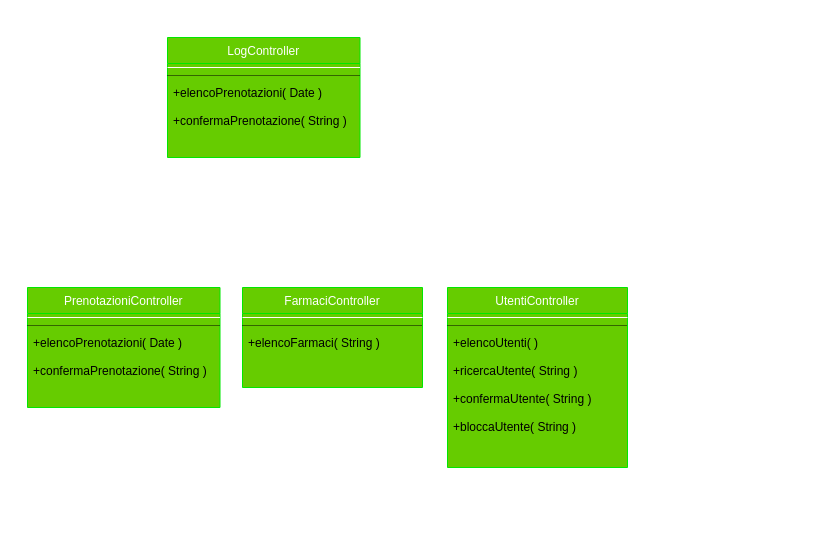
Before: page "ControllerFarmacia" (3 of 3) of drawio/DettaglioFarmacia.drawio in lnwor/farmabyte-doc, a draw.io diagram. Source tidied: cells renumbered, new cells numbered last; positions are measured from the earlier drawing's top-left corner, leaving out a move shared by most shapes. Both pictures are drawn from the tidied source at 100%, with x=0, y=0 at pixel (27, 37).
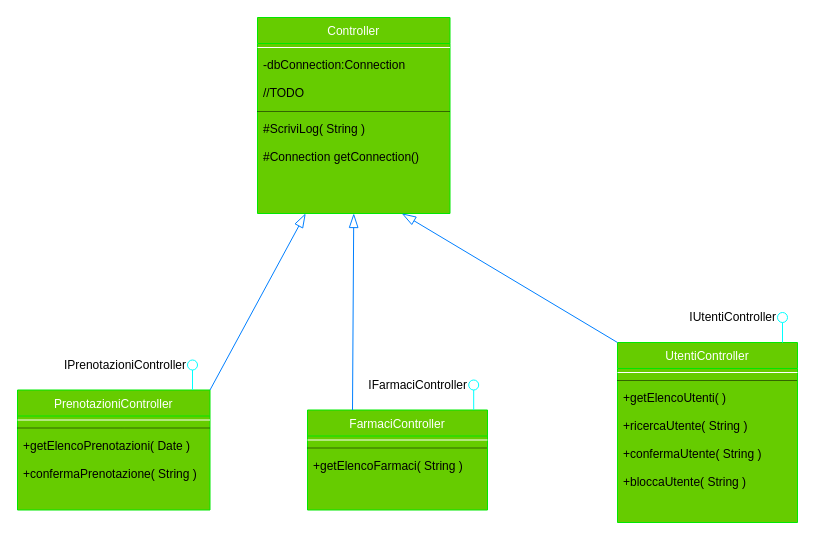
The same page after the edit.

What changed in the source:
```diff
@@
     <mxCell id="2" value="FarmaciController" style="swimlane;fontStyle=0;align=center;verticalAlign=top;horizontal=1;startSize=26;rounded=0;shadow=0;strokeWidth=1;fontColor=#ffffff;swimlaneFillColor=#66CC00;strokeColor=#00E800;fillColor=#66CC00;" parent="1" vertex="1">
-      <mxGeometry x="215" y="250" width="180" height="100" as="geometry" />
+      <mxGeometry x="280" y="372.5" width="180" height="100" as="geometry" />
     </mxCell>
@@
-    <mxCell id="5" value="+elencoFarmaci( String )" style="text;align=left;verticalAlign=top;spacingLeft=4;spacingRight=4;overflow=hidden;" parent="2" vertex="1">
+    <mxCell id="5" value="+getElencoFarmaci( String )" style="text;align=left;verticalAlign=top;spacingLeft=4;spacingRight=4;overflow=hidden;" parent="2" vertex="1">
       <mxGeometry y="42" width="180" height="28" as="geometry" />
     </mxCell>
     <mxCell id="6" value="UtentiController" style="swimlane;fontStyle=0;align=center;verticalAlign=top;horizontal=1;startSize=26;rounded=0;shadow=0;strokeWidth=1;fontColor=#ffffff;swimlaneFillColor=#66CC00;strokeColor=#00E800;fillColor=#66CC00;" parent="1" vertex="1">
-      <mxGeometry x="420" y="250" width="180" height="180" as="geometry" />
+      <mxGeometry x="590" y="305" width="180" height="180" as="geometry" />
     </mxCell>
@@
-    <mxCell id="9" value="+elencoUtenti( )" style="text;align=left;verticalAlign=top;spacingLeft=4;spacingRight=4;overflow=hidden;" parent="6" vertex="1">
+    <mxCell id="9" value="+getElencoUtenti( )" style="text;align=left;verticalAlign=top;spacingLeft=4;spacingRight=4;overflow=hidden;" parent="6" vertex="1">
       <mxGeometry y="42" width="180" height="28" as="geometry" />
     </mxCell>
@@
     <mxCell id="13" value="PrenotazioniController" style="swimlane;fontStyle=0;align=center;verticalAlign=top;horizontal=1;startSize=26;rounded=0;shadow=0;strokeWidth=1;fontColor=#ffffff;swimlaneFillColor=#66CC00;strokeColor=#00E800;fillColor=#66CC00;" parent="1" vertex="1">
-      <mxGeometry y="250" width="192.5" height="120" as="geometry" />
+      <mxGeometry x="-10" y="352.5" width="192.5" height="120" as="geometry" />
     </mxCell>
@@
-    <mxCell id="16" value="+elencoPrenotazioni( Date )" style="text;align=left;verticalAlign=top;spacingLeft=4;spacingRight=4;overflow=hidden;" parent="13" vertex="1">
+    <mxCell id="16" value="+getElencoPrenotazioni( Date )" style="text;align=left;verticalAlign=top;spacingLeft=4;spacingRight=4;overflow=hidden;" parent="13" vertex="1">
       <mxGeometry y="42" width="192.5" height="28" as="geometry" />
     </mxCell>
@@
-    <mxCell id="18" value="LogController" style="swimlane;fontStyle=0;align=center;verticalAlign=top;horizontal=1;startSize=26;rounded=0;shadow=0;strokeWidth=1;fontColor=#ffffff;swimlaneFillColor=#66CC00;strokeColor=#00E800;fillColor=#66CC00;" parent="1" vertex="1">
-      <mxGeometry x="140" width="192.5" height="120" as="geometry" />
-    </mxCell>
+    <mxCell id="23" value="Controller" style="swimlane;fontStyle=0;align=center;verticalAlign=top;horizontal=1;startSize=26;rounded=0;shadow=0;strokeWidth=1;fontColor=#ffffff;swimlaneFillColor=#66CC00;strokeColor=#00E800;fillColor=#66CC00;" parent="1" vertex="1">
+      <mxGeometry x="230" y="-20" width="192.5" height="196" as="geometry" />
+    </mxCell>
-    <mxCell id="19" style="line;html=1;strokeWidth=1;align=left;verticalAlign=middle;spacingTop=-1;spacingLeft=3;spacingRight=3;labelPosition=right;strokeColor=#FFFFFF;" parent="18" vertex="1">
+    <mxCell id="19" style="line;html=1;strokeWidth=1;align=left;verticalAlign=middle;spacingTop=-1;spacingLeft=3;spacingRight=3;labelPosition=right;strokeColor=#FFFFFF;" parent="23" vertex="1">
       <mxGeometry y="26" width="192.5" height="8" as="geometry" />
     </mxCell>
-    <mxCell id="20" style="line;html=1;strokeWidth=1;align=left;verticalAlign=middle;spacingTop=-1;spacingLeft=3;spacingRight=3;labelPosition=right;dashed=1;dashPattern=1 1;" parent="18" vertex="1">
-      <mxGeometry y="34" width="192.5" height="8" as="geometry" />
-    </mxCell>
-    <mxCell id="21" value="+elencoPrenotazioni( Date )" style="text;align=left;verticalAlign=top;spacingLeft=4;spacingRight=4;overflow=hidden;" parent="18" vertex="1">
-      <mxGeometry y="42" width="192.5" height="28" as="geometry" />
-    </mxCell>
-    <mxCell id="22" value="+confermaPrenotazione( String )" style="text;align=left;verticalAlign=top;spacingLeft=4;spacingRight=4;overflow=hidden;" parent="18" vertex="1">
-      <mxGeometry y="70" width="192.5" height="28" as="geometry" />
-    </mxCell>
+    <mxCell id="24" value="-dbConnection:Connection" style="text;align=left;verticalAlign=top;spacingLeft=4;spacingRight=4;overflow=hidden;" parent="23" vertex="1">
+      <mxGeometry y="34" width="192.5" height="28" as="geometry" />
+    </mxCell>
+    <mxCell id="25" value="//TODO" style="text;align=left;verticalAlign=top;spacingLeft=4;spacingRight=4;overflow=hidden;" parent="23" vertex="1">
+      <mxGeometry y="62" width="192.5" height="28" as="geometry" />
+    </mxCell>
+    <mxCell id="26" style="line;html=1;strokeWidth=1;align=left;verticalAlign=middle;spacingTop=-1;spacingLeft=3;spacingRight=3;labelPosition=right;dashed=1;dashPattern=1 1;" parent="23" vertex="1">
+      <mxGeometry y="90" width="192.5" height="8" as="geometry" />
+    </mxCell>
+    <mxCell id="27" value="#ScriviLog( String )" style="text;align=left;verticalAlign=top;spacingLeft=4;spacingRight=4;overflow=hidden;" parent="23" vertex="1">
+      <mxGeometry y="98" width="192.5" height="28" as="geometry" />
+    </mxCell>
+    <mxCell id="28" value="#Connection getConnection()" style="text;align=left;verticalAlign=top;spacingLeft=4;spacingRight=4;overflow=hidden;" parent="23" vertex="1">
+      <mxGeometry y="126" width="192.5" height="28" as="geometry" />
+    </mxCell>
+    <mxCell id="29" style="endArrow=none;html=1;strokeColor=#00FFFF;" parent="1" edge="1" target="30">
+      <mxGeometry relative="1" as="geometry">
+        <mxPoint x="755" y="305" as="sourcePoint" />
+      </mxGeometry>
+    </mxCell>
+    <mxCell id="30" style="ellipse;whiteSpace=wrap;html=1;strokeColor=#00FFFF;" parent="1" vertex="1">
+      <mxGeometry x="750" y="275" width="10" height="10" as="geometry" />
+    </mxCell>
+    <mxCell id="31" value="IUtentiController" style="text;html=1;align=right;verticalAlign=middle;strokeColor=none;" parent="1" vertex="1">
+      <mxGeometry x="650" y="270" width="100" height="20" as="geometry" />
+    </mxCell>
+    <mxCell id="32" style="endArrow=none;html=1;strokeColor=#00FFFF;" parent="1" edge="1" target="33">
+      <mxGeometry relative="1" as="geometry">
+        <mxPoint x="446.2" y="372.5" as="sourcePoint" />
+      </mxGeometry>
+    </mxCell>
+    <mxCell id="33" style="ellipse;whiteSpace=wrap;html=1;strokeColor=#00FFFF;" parent="1" vertex="1">
+      <mxGeometry x="441.2" y="342.5" width="10" height="10" as="geometry" />
+    </mxCell>
+    <mxCell id="34" value="IFarmaciController" style="text;html=1;align=right;verticalAlign=middle;strokeColor=none;" parent="1" vertex="1">
+      <mxGeometry x="331.2" y="337.5" width="110" height="20" as="geometry" />
+    </mxCell>
+    <mxCell id="35" style="endArrow=none;html=1;strokeColor=#00FFFF;" parent="1" edge="1" target="36">
+      <mxGeometry relative="1" as="geometry">
+        <mxPoint x="165" y="352.5" as="sourcePoint" />
+      </mxGeometry>
+    </mxCell>
+    <mxCell id="36" style="ellipse;whiteSpace=wrap;html=1;strokeColor=#00FFFF;" parent="1" vertex="1">
+      <mxGeometry x="160" y="322.5" width="10" height="10" as="geometry" />
+    </mxCell>
+    <mxCell id="37" value="IPrenotazioniController" style="text;html=1;align=right;verticalAlign=middle;strokeColor=none;" parent="1" vertex="1">
+      <mxGeometry x="20" y="317.5" width="140" height="20" as="geometry" />
+    </mxCell>
+    <mxCell id="38" style="endArrow=blockThin;html=1;exitX=0;exitY=0;exitDx=0;exitDy=0;entryX=0.75;entryY=1;entryDx=0;entryDy=0;endFill=0;jumpSize=6;startSize=12;endSize=12;strokeColor=#007FFF;" parent="1" edge="1" source="6" target="23">
+      <mxGeometry relative="1" as="geometry" />
+    </mxCell>
+    <mxCell id="39" style="endArrow=blockThin;html=1;exitX=0.25;exitY=0;exitDx=0;exitDy=0;entryX=0.5;entryY=1;entryDx=0;entryDy=0;endFill=0;jumpSize=6;startSize=12;endSize=12;strokeColor=#007FFF;" parent="1" edge="1" source="2" target="23">
+      <mxGeometry relative="1" as="geometry" />
+    </mxCell>
+    <mxCell id="40" style="endArrow=blockThin;html=1;exitX=1;exitY=0;exitDx=0;exitDy=0;entryX=0.25;entryY=1;entryDx=0;entryDy=0;endFill=0;jumpSize=6;startSize=12;endSize=12;strokeColor=#007FFF;" parent="1" edge="1" source="13" target="23">
+      <mxGeometry relative="1" as="geometry" />
+    </mxCell>
```
